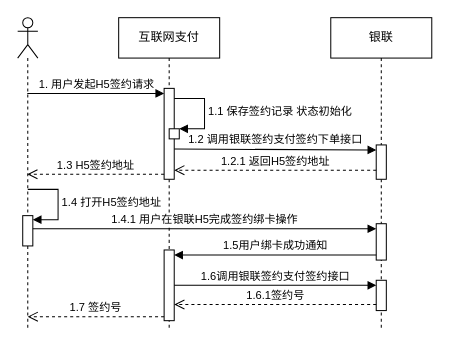
This is 银联签约支付.drawio from eltweiyao/app-diagrams, a draw.io file, before an edit. Source tidied: cells renumbered, new cells numbered last; positions are measured from the earlier drawing's top-left corner, leaving out a move shared by most shapes. Both pictures are drawn from the tidied source at 101%, with x=0, y=0 at pixel (17, 17).
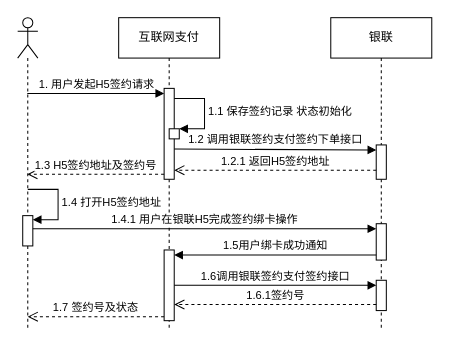
Above is the later version.

Commit message:
更新银联签约支付.drawio

The change refers to these unchanged cells:
```xml
<mxCell id="2" style="shape=umlLifeline;perimeter=lifelinePerimeter;whiteSpace=wrap;html=1;outlineConnect=0;portConstraint=eastwest;newEdgeStyle={&quot;curved&quot;:0,&quot;rounded&quot;:0};participant=umlActor;" parent="1" vertex="1">
  <mxGeometry width="20" height="310" as="geometry" />
</mxCell>
<mxCell id="6" style="html=1;points=[[0,0,0,0,5],[0,1,0,0,-5],[1,0,0,0,5],[1,1,0,0,-5]];perimeter=orthogonalPerimeter;outlineConnect=0;targetShapes=umlLifeline;portConstraint=eastwest;newEdgeStyle={&quot;curved&quot;:0,&quot;rounded&quot;:0};" parent="5" vertex="1">
  <mxGeometry x="45" y="70" width="10" height="90" as="geometry" />
</mxCell>
```

What changed in the source:
```diff
@@
-    <mxCell id="18" value="1.3 H5签约地址" style="html=1;verticalAlign=bottom;endArrow=open;dashed=1;endSize=8;curved=0;rounded=0;exitX=0;exitY=1;exitDx=0;exitDy=-5;" parent="1" edge="1" source="6" target="2">
+    <mxCell id="18" value="1.3 H5签约地址及签约号" style="html=1;verticalAlign=bottom;endArrow=open;dashed=1;endSize=8;curved=0;rounded=0;exitX=0;exitY=1;exitDx=0;exitDy=-5;" parent="1" edge="1" source="6" target="2">
       <mxGeometry relative="1" as="geometry" />
     </mxCell>
@@
-    <mxCell id="22" value="1.7 签约号" style="html=1;verticalAlign=bottom;endArrow=open;dashed=1;endSize=8;curved=0;rounded=0;exitX=0;exitY=1;exitDx=0;exitDy=-5;" parent="1" edge="1">
+    <mxCell id="22" value="1.7 签约号及状态" style="html=1;verticalAlign=bottom;endArrow=open;dashed=1;endSize=8;curved=0;rounded=0;exitX=0;exitY=1;exitDx=0;exitDy=-5;" parent="1" edge="1">
       <mxGeometry relative="1" as="geometry">
         <mxPoint x="145" y="296" as="sourcePoint" />
         <mxPoint x="9.9" y="296" as="targetPoint" />
       </mxGeometry>
     </mxCell>
```
